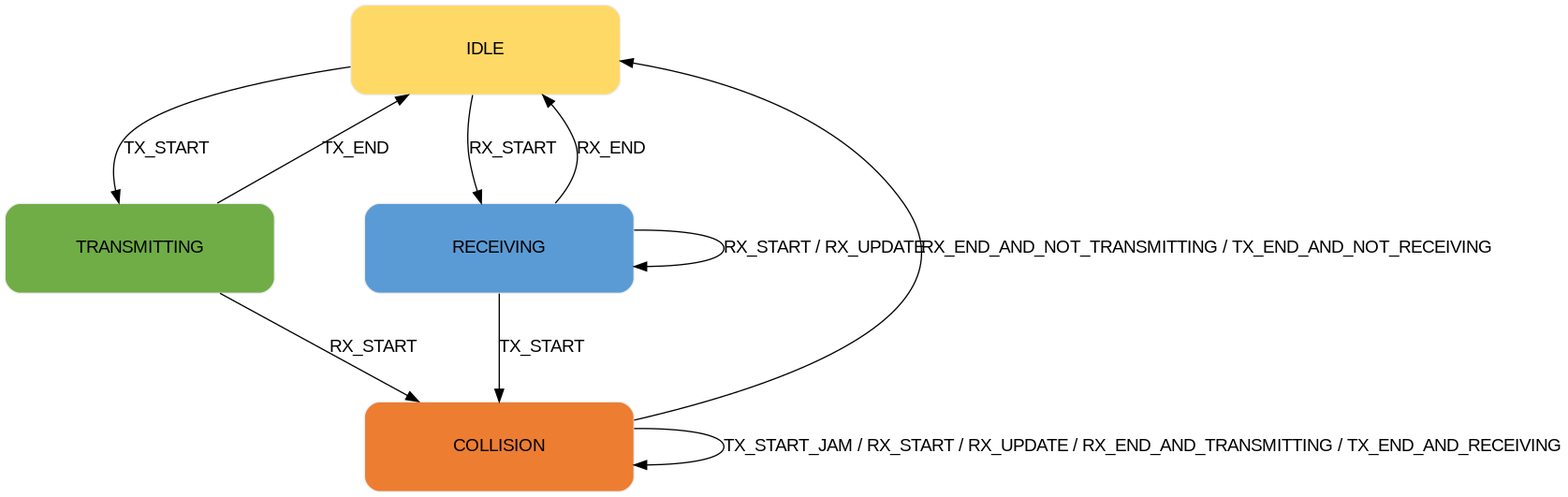
This is src/inet/physicallayer/wired/ethernet/EthernetCsmaPhy.png from inet-framework/inet, a Graphviz export, as it was before one commit. Its source is kept beside it as src/inet/physicallayer/wired/ethernet/EthernetCsmaPhy.dot. Source of this version:
```dot
digraph EthernetCsmaPhy {
    nodesep = 1;
    ranksep = 1;
    node [shape=box, style="rounded,filled", color="#ECECEC", fontname="Arial", margin=0.15, height=1, width=3];
    edge [fontname="Arial"];

    IDLE [label="IDLE", fillcolor="#FFD966"];
    TRANSMITTING [label="TRANSMITTING", fillcolor="#70AD47"];
    RECEIVING [label="RECEIVING", fillcolor="#5B9BD5"];
    COLLISION [label="COLLISION", fillcolor="#ED7D31"];

    IDLE -> TRANSMITTING [label="TX_START"];
    IDLE -> RECEIVING [label="RX_START"];
    TRANSMITTING -> IDLE [label="TX_END"];
    TRANSMITTING -> COLLISION [label="RX_START"];
    RECEIVING -> COLLISION [label="TX_START"];
    RECEIVING -> RECEIVING [label="RX_START / RX_UPDATE"];
    RECEIVING -> IDLE [label="RX_END"];
    COLLISION -> COLLISION [label="TX_START_JAM / RX_START / RX_UPDATE / RX_END_AND_TRANSMITTING / TX_END_AND_RECEIVING"];
    COLLISION -> IDLE [label="RX_END_AND_NOT_TRANSMITTING / TX_END_AND_NOT_RECEIVING"];
}
```
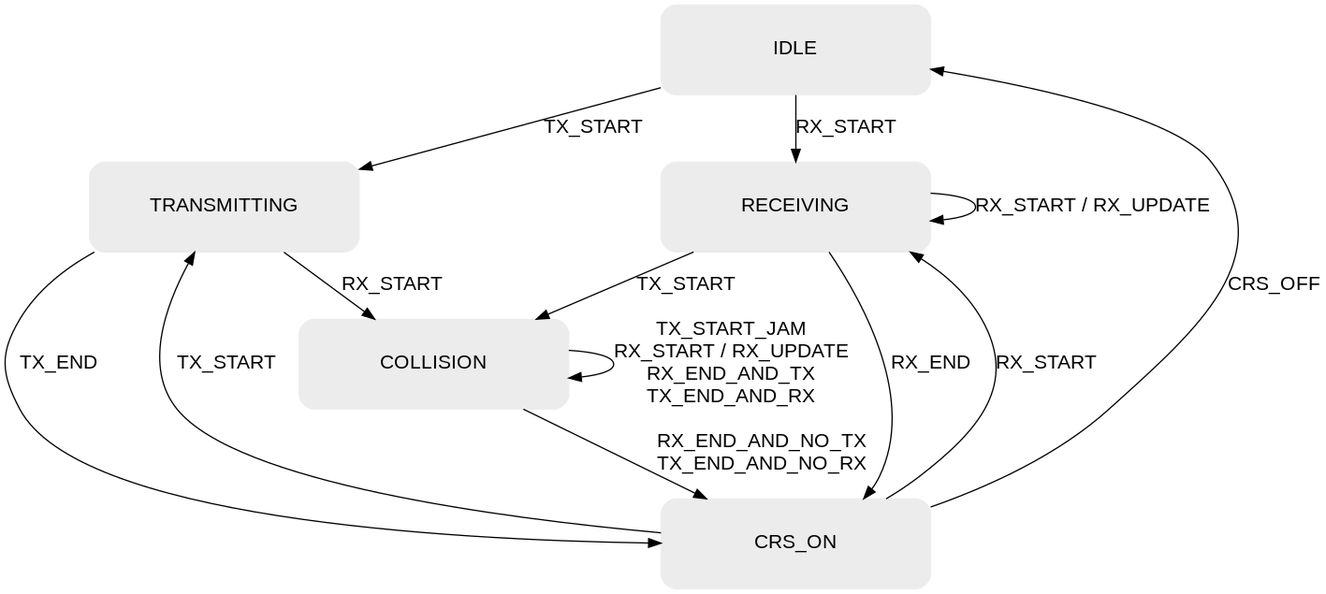
Above is the later version.

Commit message:
Ethernet: Updated MAC, PHY, PLCA control and PLCA data state machines.

The edit, as a diff of the source:
```diff
@@ -1,21 +1,35 @@
 digraph EthernetCsmaPhy {
-    nodesep = 1;
-    ranksep = 1;
-    node [shape=box, style="rounded,filled", color="#ECECEC", fontname="Arial", margin=0.15, height=1, width=3];
-    edge [fontname="Arial"];
+    nodesep = 0.5;
+    ranksep = 0.5;
+    node [shape=box, style="rounded,filled", color="#ECECEC", fontname="Arial", fontsize=16, margin=0.15, height=1, width=3];
+    edge [fontname="Arial", fontsize=16];
 
-    IDLE [label="IDLE", fillcolor="#FFD966"];
-    TRANSMITTING [label="TRANSMITTING", fillcolor="#70AD47"];
-    RECEIVING [label="RECEIVING", fillcolor="#5B9BD5"];
-    COLLISION [label="COLLISION", fillcolor="#ED7D31"];
+    IDLE;
+    TRANSMITTING;
+    RECEIVING;
+    COLLISION;
+    CRS_ON;
 
     IDLE -> TRANSMITTING [label="TX_START"];
     IDLE -> RECEIVING [label="RX_START"];
-    TRANSMITTING -> IDLE [label="TX_END"];
+    TRANSMITTING -> CRS_ON [label="TX_END"];
     TRANSMITTING -> COLLISION [label="RX_START"];
+    RECEIVING -> RECEIVING [label="RX_START / RX_UPDATE"];
+    RECEIVING -> CRS_ON [label="RX_END"];
     RECEIVING -> COLLISION [label="TX_START"];
-    RECEIVING -> RECEIVING [label="RX_START / RX_UPDATE"];
-    RECEIVING -> IDLE [label="RX_END"];
-    COLLISION -> COLLISION [label="TX_START_JAM / RX_START / RX_UPDATE / RX_END_AND_TRANSMITTING / TX_END_AND_RECEIVING"];
-    COLLISION -> IDLE [label="RX_END_AND_NOT_TRANSMITTING / TX_END_AND_NOT_RECEIVING"];
+    COLLISION -> COLLISION [label="TX_START_JAM\nRX_START / RX_UPDATE\nRX_END_AND_TX\nTX_END_AND_RX"];
+    COLLISION -> CRS_ON [label="RX_END_AND_NO_TX\nTX_END_AND_NO_RX"];
+    CRS_ON -> TRANSMITTING [label="TX_START"];
+    CRS_ON -> RECEIVING [label="RX_START"];
+    CRS_ON -> IDLE [label="CRS_OFF"];
+
+    {
+        rank=source;
+        IDLE;
+    }
+
+    {
+        rank=sink;
+        CRS_ON;
+    }
 }
```
